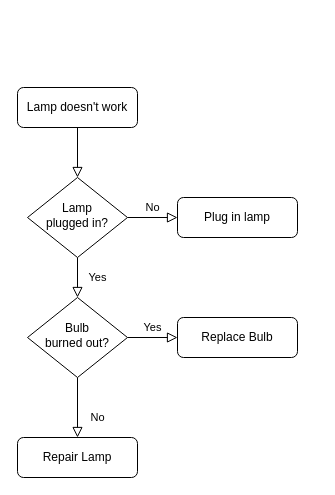
zaydego1/Multicore-Processor-Simulation keeps this draw.io diagram as extern/Untitled Diagram.drawio. Above is the earlier version. Source tidied: cells renumbered, new cells numbered last; positions are measured from the earlier drawing's top-left corner, leaving out a move shared by most shapes. Both pictures are drawn from the tidied source at 100%, with x=0, y=0 at pixel (17, 87).
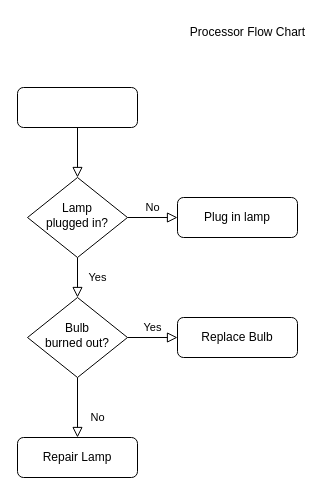
The same diagram, later.

Diff of the diagram source:
```diff
@@
 <mxGraphModel>
   <root>
     <mxCell id="0" />
     <mxCell id="1" parent="0" />
     <mxCell id="2" style="rounded=0;html=1;jettySize=auto;fontSize=11;endArrow=block;endFill=0;endSize=8;strokeWidth=1;shadow=0;labelBackgroundColor=none;edgeStyle=orthogonalEdgeStyle;" parent="1" edge="1" source="3" target="6">
       <mxGeometry relative="1" as="geometry" />
     </mxCell>
-    <mxCell id="3" value="Lamp doesn't work" style="rounded=1;whiteSpace=wrap;html=1;fontSize=12;glass=0;strokeWidth=1;shadow=0;" parent="1" vertex="1">
+    <mxCell id="3" style="rounded=1;whiteSpace=wrap;html=1;fontSize=12;glass=0;strokeWidth=1;shadow=0;" parent="1" vertex="1">
       <mxGeometry width="120" height="40" as="geometry" />
     </mxCell>
     <mxCell id="4" value="Yes" style="rounded=0;html=1;jettySize=auto;fontSize=11;endArrow=block;endFill=0;endSize=8;strokeWidth=1;shadow=0;labelBackgroundColor=none;edgeStyle=orthogonalEdgeStyle;" parent="1" edge="1" source="6" target="10">
       <mxGeometry y="20" relative="1" as="geometry" />
     </mxCell>
     <mxCell id="5" value="No" style="edgeStyle=orthogonalEdgeStyle;rounded=0;html=1;jettySize=auto;fontSize=11;endArrow=block;endFill=0;endSize=8;strokeWidth=1;shadow=0;labelBackgroundColor=none;" parent="1" edge="1" source="6" target="7">
       <mxGeometry y="10" relative="1" as="geometry" />
     </mxCell>
     <mxCell id="6" value="Lamp&lt;br&gt;plugged in?" style="rhombus;whiteSpace=wrap;html=1;shadow=0;fontFamily=Helvetica;fontSize=12;align=center;strokeWidth=1;spacing=6;spacingTop=-4;" parent="1" vertex="1">
       <mxGeometry x="10" y="90" width="100" height="80" as="geometry" />
     </mxCell>
     <mxCell id="7" value="Plug in lamp" style="rounded=1;whiteSpace=wrap;html=1;fontSize=12;glass=0;strokeWidth=1;shadow=0;" parent="1" vertex="1">
       <mxGeometry x="160" y="110" width="120" height="40" as="geometry" />
     </mxCell>
     <mxCell id="8" value="No" style="rounded=0;html=1;jettySize=auto;fontSize=11;endArrow=block;endFill=0;endSize=8;strokeWidth=1;shadow=0;labelBackgroundColor=none;edgeStyle=orthogonalEdgeStyle;" parent="1" edge="1" source="10" target="11">
       <mxGeometry x="0.33" y="20" relative="1" as="geometry" />
     </mxCell>
     <mxCell id="9" value="Yes" style="edgeStyle=orthogonalEdgeStyle;rounded=0;html=1;jettySize=auto;fontSize=11;endArrow=block;endFill=0;endSize=8;strokeWidth=1;shadow=0;labelBackgroundColor=none;" parent="1" edge="1" source="10" target="12">
       <mxGeometry y="10" relative="1" as="geometry" />
     </mxCell>
     <mxCell id="10" value="Bulb&lt;br&gt;burned out?" style="rhombus;whiteSpace=wrap;html=1;shadow=0;fontFamily=Helvetica;fontSize=12;align=center;strokeWidth=1;spacing=6;spacingTop=-4;" parent="1" vertex="1">
       <mxGeometry x="10" y="210" width="100" height="80" as="geometry" />
     </mxCell>
     <mxCell id="11" value="Repair Lamp" style="rounded=1;whiteSpace=wrap;html=1;fontSize=12;glass=0;strokeWidth=1;shadow=0;" parent="1" vertex="1">
       <mxGeometry y="350" width="120" height="40" as="geometry" />
     </mxCell>
     <mxCell id="12" value="Replace Bulb" style="rounded=1;whiteSpace=wrap;html=1;fontSize=12;glass=0;strokeWidth=1;shadow=0;" parent="1" vertex="1">
       <mxGeometry x="160" y="230" width="120" height="40" as="geometry" />
     </mxCell>
+    <mxCell id="13" value="Processor Flow Chart" style="text;html=1;align=center;verticalAlign=middle;strokeColor=none;fillColor=none;" parent="1" vertex="1">
+      <mxGeometry x="160" y="-70" width="140" height="30" as="geometry" />
+    </mxCell>
   </root>
 </mxGraphModel>
```
